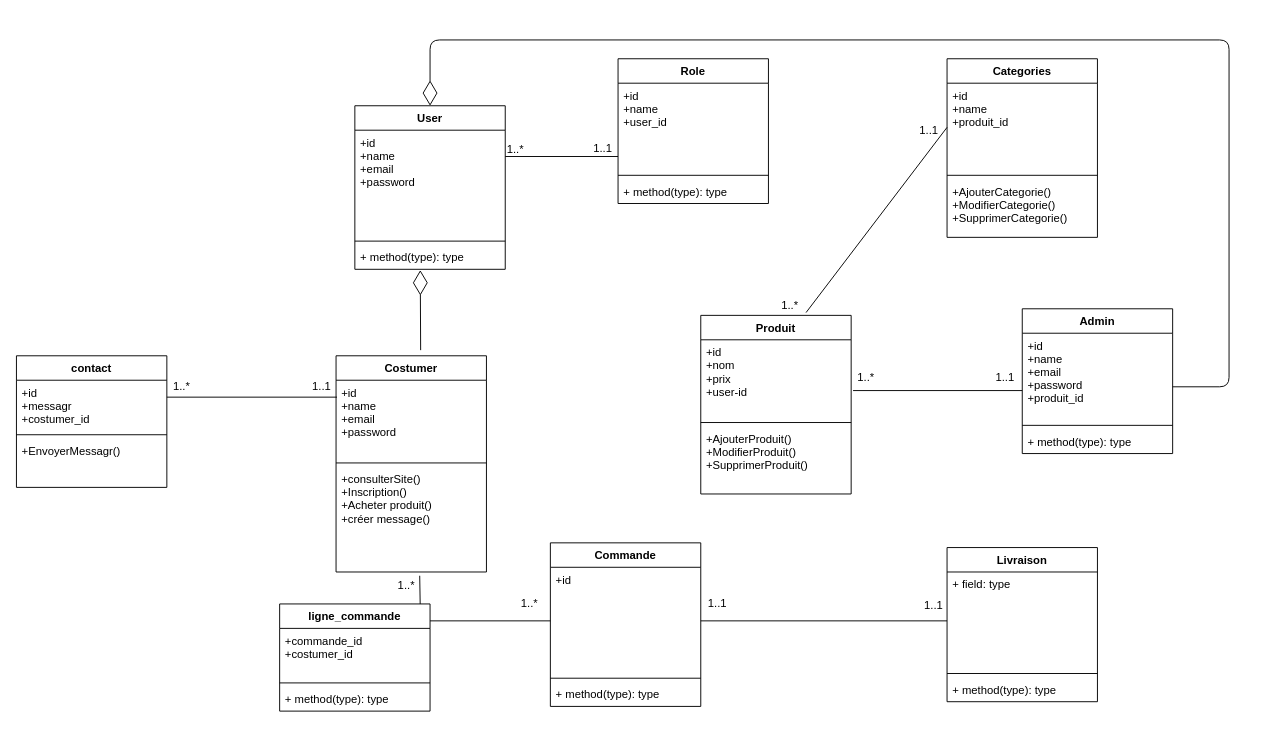
AmeksaKhadija/FilRouge keeps this draw.io diagram as conception/DC.drawio. Above is the earlier version. Source tidied: cells renumbered, new cells numbered last; positions are measured from the earlier drawing's top-left corner, leaving out a move shared by most shapes. Both pictures are drawn from the tidied source at 94%, with x=0, y=0 at pixel (16, 39).
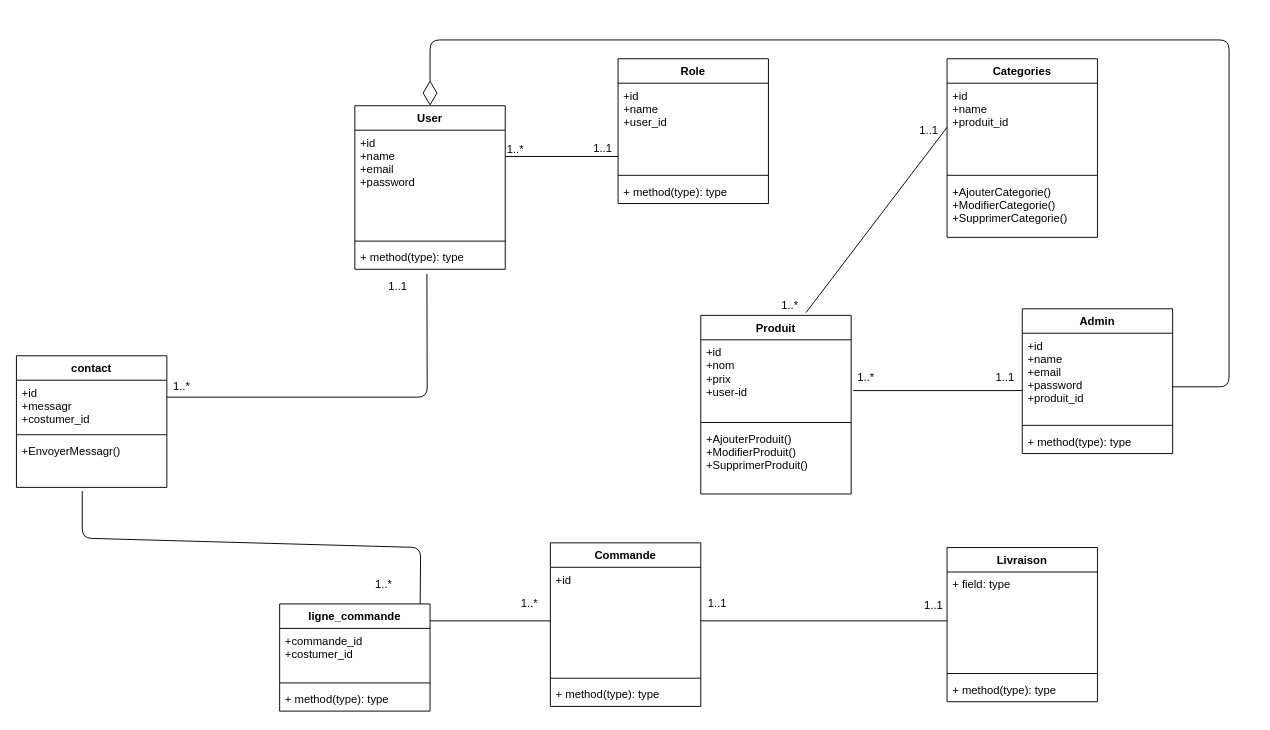
The same page after the edit.

Commit message (it also covers changes not shown here):
retirer un produit dans le panier de l'utilisateur

Unchanged cells that the change refers to:
```xml
<mxCell id="13" value="+ method(type): type" style="text;strokeColor=none;fillColor=none;align=left;verticalAlign=top;spacingLeft=4;spacingRight=4;overflow=hidden;points=[[0,0.5],[1,0.5]];portConstraint=eastwest;" parent="10" vertex="1">
  <mxGeometry y="148" width="160" height="26" as="geometry" />
</mxCell>
```

Change to the diagram source:
```diff
@@
-    <mxCell id="6" value="Costumer" style="swimlane;fontStyle=1;align=center;verticalAlign=top;horizontal=1;startSize=26;" parent="1" vertex="1">
-      <mxGeometry x="340" y="336" width="160" height="230" as="geometry" />
-    </mxCell>
-    <mxCell id="7" value="+id&#10;+name&#10;+email&#10;+password&#10;" style="text;strokeColor=none;fillColor=none;align=left;verticalAlign=top;spacingLeft=4;spacingRight=4;overflow=hidden;" parent="6" vertex="1">
-      <mxGeometry y="26" width="160" height="84" as="geometry" />
-    </mxCell>
-    <mxCell id="8" style="line;strokeWidth=1;fillColor=none;align=left;verticalAlign=middle;spacingTop=-1;spacingLeft=3;spacingRight=3;labelPosition=right;" parent="6" vertex="1">
-      <mxGeometry y="110" width="160" height="8" as="geometry" />
-    </mxCell>
-    <mxCell id="9" value="+consulterSite()&#10;+Inscription()&#10;+Acheter produit()&#10;+créer message()&#10;" style="text;strokeColor=none;fillColor=none;align=left;verticalAlign=top;spacingLeft=4;spacingRight=4;overflow=hidden;" parent="6" vertex="1">
-      <mxGeometry y="118" width="160" height="112" as="geometry" />
-    </mxCell>
@@
-    <mxCell id="43" style="endArrow=diamondThin;endFill=0;endSize=24;html=1;entryX=0.435;entryY=1.033;entryDx=0;entryDy=0;entryPerimeter=0;" parent="1" edge="1" target="13">
-      <mxGeometry relative="1" as="geometry">
-        <mxPoint x="430" y="330" as="sourcePoint" />
-      </mxGeometry>
-    </mxCell>
     <mxCell id="44" value="1..*" style="text;html=1;align=left;verticalAlign=top;spacingTop=-4;" parent="1" vertex="1">
-      <mxGeometry x="404" y="571" width="30" height="20" as="geometry" />
+      <mxGeometry x="380" y="570" width="30" height="20" as="geometry" />
     </mxCell>
@@
     <mxCell id="54" style="endArrow=none;html=1;" parent="1" edge="1">
       <mxGeometry relative="1" as="geometry">
         <mxPoint x="429.5" y="600" as="sourcePoint" />
-        <mxPoint x="429" y="570" as="targetPoint" />
+        <mxPoint x="70" y="480" as="targetPoint" />
+        <Array as="points">
+          <mxPoint x="430" y="540" />
+          <mxPoint x="70" y="530" />
+        </Array>
       </mxGeometry>
     </mxCell>
@@
-    <mxCell id="60" style="endArrow=none;html=1;" parent="1" edge="1">
+    <mxCell id="60" style="endArrow=none;html=1;entryX=0.479;entryY=1.192;entryDx=0;entryDy=0;entryPerimeter=0;" parent="1" edge="1" target="13">
       <mxGeometry relative="1" as="geometry">
         <mxPoint x="160" y="380" as="sourcePoint" />
-        <mxPoint x="341" y="380" as="targetPoint" />
+        <Array as="points">
+          <mxPoint x="437" y="380" />
+        </Array>
       </mxGeometry>
     </mxCell>
     <mxCell id="61" value="1..1" style="text;html=1;align=left;verticalAlign=top;spacingTop=-4;" parent="1" vertex="1">
-      <mxGeometry x="313" y="359" width="40" height="20" as="geometry" />
+      <mxGeometry x="394" y="253" width="40" height="20" as="geometry" />
     </mxCell>
```
